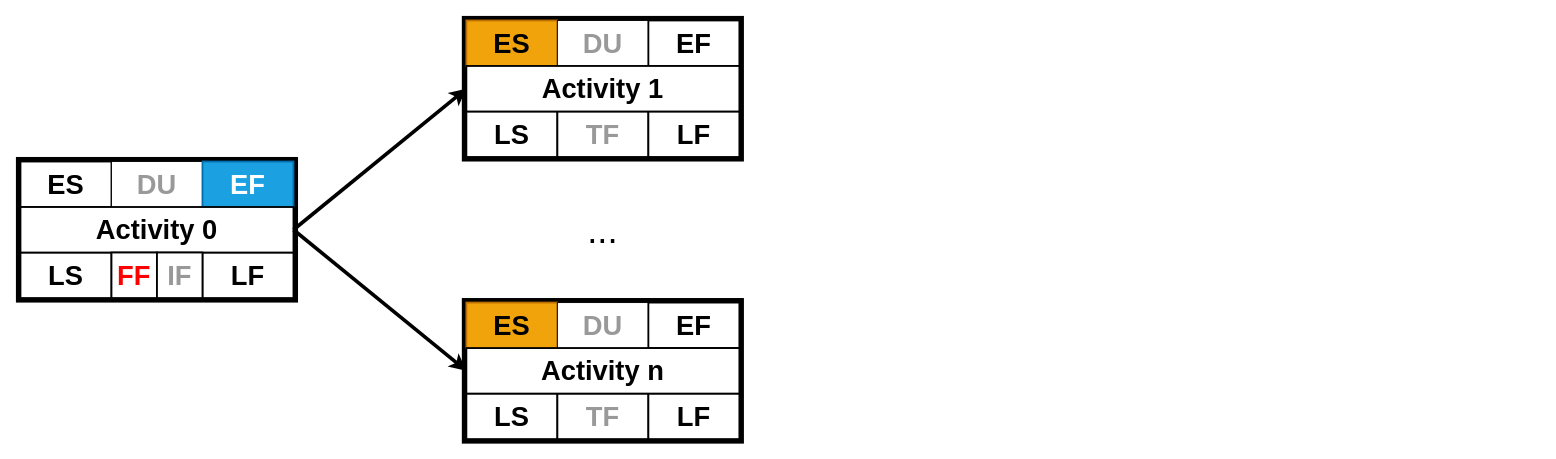
This is page "3" (3 of 4) of img/draw.io/cpm.drawio from shixiaobang/sp-and-spm, a draw.io file, before an edit. Source tidied: cells renumbered, new cells numbered last; positions are measured from the earlier drawing's top-left corner, leaving out a move shared by most shapes. Both pictures are drawn from the tidied source at 91%, with x=0, y=0 at pixel (20, 20).
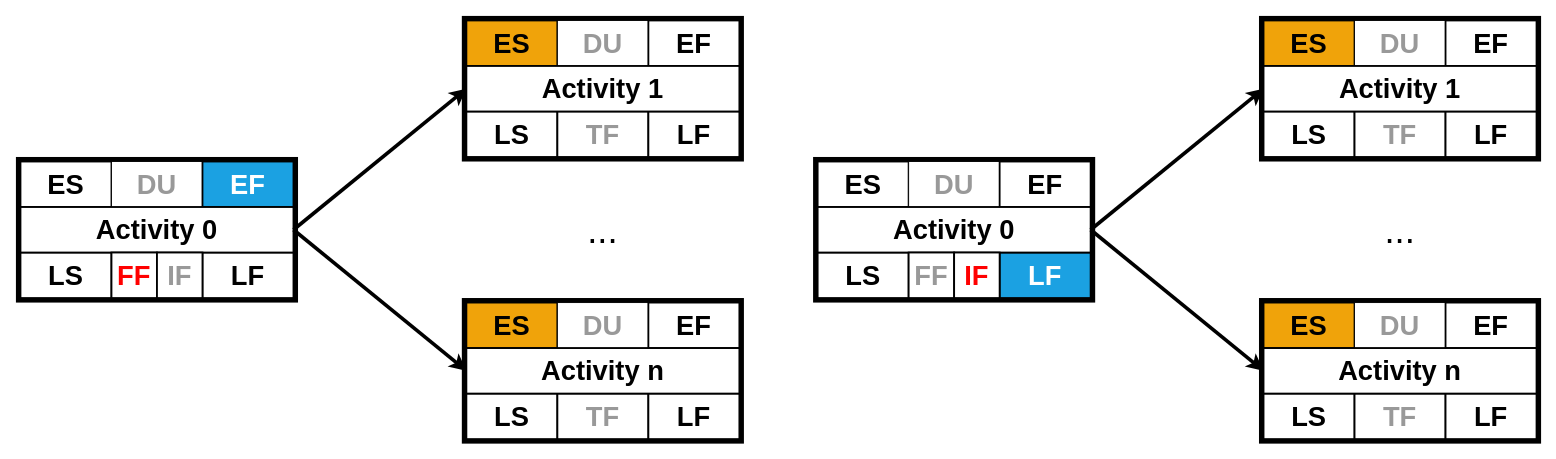
Above is the later version.

Unchanged cells that the change refers to:
```xml
<mxCell id="3" style="group;fillColor=#f0a30a;fontColor=#000000;strokeColor=#BD7000;" parent="2" vertex="1">
  <mxGeometry x="490" width="300" height="150" as="geometry" />
</mxCell>
<mxCell id="12" style="group;fillColor=default;fontColor=#ffffff;strokeColor=default;" parent="2" vertex="1">
  <mxGeometry x="490" y="310" width="300" height="150" as="geometry" />
</mxCell>
<mxCell id="21" style="group;fillColor=default;fontColor=#ffffff;strokeColor=default;" parent="2" vertex="1">
  <mxGeometry y="155" width="300" height="150" as="geometry" />
</mxCell>
<mxCell id="27" value="&lt;b&gt;&lt;font color=&quot;#000000&quot; style=&quot;font-size: 30px;&quot;&gt;LF&lt;/font&gt;&lt;/b&gt;" style="rounded=0;whiteSpace=wrap;html=1;fillColor=default;fontColor=#ffffff;strokeColor=default;strokeWidth=2;" parent="21" vertex="1">
  <mxGeometry x="200" y="100" width="100" height="50" as="geometry" />
</mxCell>
<mxCell id="28" value="&lt;b style=&quot;color: rgb(0, 0, 0);&quot;&gt;&lt;font style=&quot;font-size: 30px;&quot;&gt;Activity 0&lt;/font&gt;&lt;/b&gt;" style="rounded=0;whiteSpace=wrap;html=1;glass=0;fontSize=30;fontColor=#999999;strokeColor=default;strokeWidth=2;fillColor=#FFFFFF;gradientColor=none;" parent="21" vertex="1">
  <mxGeometry y="50" width="300" height="50" as="geometry" />
</mxCell>
```

Change to the diagram source:
```diff
@@
-    <mxCell id="5" value="&lt;font size=&quot;1&quot; style=&quot;&quot;&gt;&lt;b style=&quot;font-size: 30px;&quot;&gt;ES&lt;/b&gt;&lt;/font&gt;" style="rounded=0;whiteSpace=wrap;html=1;fillColor=#f0a30a;strokeColor=#BD7000;fontColor=#000000;strokeWidth=2;" parent="3" vertex="1">
+    <mxCell id="5" value="&lt;font size=&quot;1&quot; style=&quot;&quot;&gt;&lt;b style=&quot;font-size: 30px;&quot;&gt;ES&lt;/b&gt;&lt;/font&gt;" style="rounded=0;whiteSpace=wrap;html=1;fillColor=#f0a30a;strokeColor=default;fontColor=#000000;strokeWidth=2;" parent="3" vertex="1">
       <mxGeometry width="100" height="50" as="geometry" />
     </mxCell>
@@
-    <mxCell id="14" value="&lt;font size=&quot;1&quot; style=&quot;&quot;&gt;&lt;b style=&quot;font-size: 30px;&quot;&gt;ES&lt;/b&gt;&lt;/font&gt;" style="rounded=0;whiteSpace=wrap;html=1;fillColor=#f0a30a;strokeColor=#BD7000;fontColor=#000000;strokeWidth=2;" parent="12" vertex="1">
+    <mxCell id="14" value="&lt;font size=&quot;1&quot; style=&quot;&quot;&gt;&lt;b style=&quot;font-size: 30px;&quot;&gt;ES&lt;/b&gt;&lt;/font&gt;" style="rounded=0;whiteSpace=wrap;html=1;fillColor=#f0a30a;strokeColor=default;fontColor=#000000;strokeWidth=2;" parent="12" vertex="1">
       <mxGeometry width="100" height="50" as="geometry" />
     </mxCell>
@@
-    <mxCell id="25" value="&lt;font size=&quot;1&quot; style=&quot;&quot;&gt;&lt;b style=&quot;font-size: 30px;&quot;&gt;EF&lt;/b&gt;&lt;/font&gt;" style="rounded=0;whiteSpace=wrap;html=1;fillColor=#1ba1e2;fontColor=#ffffff;strokeColor=#006EAF;strokeWidth=2;" parent="21" vertex="1">
+    <mxCell id="25" value="&lt;font size=&quot;1&quot; style=&quot;&quot;&gt;&lt;b style=&quot;font-size: 30px;&quot;&gt;EF&lt;/b&gt;&lt;/font&gt;" style="rounded=0;whiteSpace=wrap;html=1;fillColor=#1ba1e2;fontColor=#ffffff;strokeColor=default;strokeWidth=2;" parent="21" vertex="1">
       <mxGeometry x="200" width="100" height="50" as="geometry" />
     </mxCell>
@@
+    <mxCell id="34" style="edgeStyle=orthogonalEdgeStyle;rounded=0;jettySize=auto;html=1;" parent="21" edge="1" source="27" target="28">
+      <mxGeometry relative="1" as="geometry" />
+    </mxCell>
@@
+    <mxCell id="35" style="group;" parent="1" vertex="1">
+      <mxGeometry x="876" width="790" height="460" as="geometry" />
+    </mxCell>
+    <mxCell id="36" style="group;fillColor=#f0a30a;fontColor=#000000;strokeColor=default;" parent="35" vertex="1">
+      <mxGeometry x="490" width="300" height="150" as="geometry" />
+    </mxCell>
+    <mxCell id="37" style="rounded=0;whiteSpace=wrap;html=1;fillColor=default;strokeWidth=10;" parent="36" vertex="1">
+      <mxGeometry width="300" height="150" as="geometry" />
+    </mxCell>
+    <mxCell id="38" value="&lt;font size=&quot;1&quot; style=&quot;&quot;&gt;&lt;b style=&quot;font-size: 30px;&quot;&gt;ES&lt;/b&gt;&lt;/font&gt;" style="rounded=0;whiteSpace=wrap;html=1;fillColor=#f0a30a;strokeColor=default;fontColor=#000000;strokeWidth=2;" parent="36" vertex="1">
+      <mxGeometry width="100" height="50" as="geometry" />
+    </mxCell>
+    <mxCell id="39" value="&lt;font size=&quot;1&quot; color=&quot;#999999&quot; style=&quot;&quot;&gt;&lt;b style=&quot;font-size: 30px;&quot;&gt;DU&lt;/b&gt;&lt;/font&gt;" style="rounded=0;whiteSpace=wrap;html=1;fillColor=default;" parent="36" vertex="1">
+      <mxGeometry x="100" width="100" height="50" as="geometry" />
+    </mxCell>
+    <mxCell id="40" value="&lt;font color=&quot;#000000&quot; size=&quot;1&quot; style=&quot;&quot;&gt;&lt;b style=&quot;font-size: 30px;&quot;&gt;EF&lt;/b&gt;&lt;/font&gt;" style="rounded=0;whiteSpace=wrap;html=1;fillColor=default;fontColor=#000000;strokeColor=default;strokeWidth=2;" parent="36" vertex="1">
+      <mxGeometry x="200" width="100" height="50" as="geometry" />
+    </mxCell>
+    <mxCell id="41" value="&lt;font size=&quot;1&quot; style=&quot;&quot;&gt;&lt;b style=&quot;font-size: 30px;&quot;&gt;LS&lt;/b&gt;&lt;/font&gt;" style="rounded=0;whiteSpace=wrap;html=1;fillColor=default;fontColor=#000000;strokeColor=default;strokeWidth=2;" parent="36" vertex="1">
+      <mxGeometry y="100" width="100" height="50" as="geometry" />
+    </mxCell>
+    <mxCell id="42" value="&lt;font size=&quot;1&quot; color=&quot;#999999&quot; style=&quot;&quot;&gt;&lt;b style=&quot;font-size: 30px;&quot;&gt;TF&lt;/b&gt;&lt;/font&gt;" style="rounded=0;whiteSpace=wrap;html=1;fillColor=default;strokeColor=#000000;strokeWidth=2;" parent="36" vertex="1">
+      <mxGeometry x="100" y="100" width="100" height="50" as="geometry" />
+    </mxCell>
+    <mxCell id="43" value="&lt;b&gt;&lt;font color=&quot;#000000&quot; style=&quot;font-size: 30px;&quot;&gt;LF&lt;/font&gt;&lt;/b&gt;" style="rounded=0;whiteSpace=wrap;html=1;fillColor=default;fontColor=#ffffff;strokeColor=default;strokeWidth=2;" parent="36" vertex="1">
+      <mxGeometry x="200" y="100" width="100" height="50" as="geometry" />
+    </mxCell>
+    <mxCell id="44" value="&lt;b style=&quot;color: rgb(0, 0, 0);&quot;&gt;&lt;font style=&quot;font-size: 30px;&quot;&gt;Activity 1&lt;/font&gt;&lt;/b&gt;" style="rounded=0;whiteSpace=wrap;html=1;glass=0;fontSize=30;fontColor=#999999;strokeColor=default;strokeWidth=2;fillColor=#FFFFFF;gradientColor=none;" parent="36" vertex="1">
+      <mxGeometry y="50" width="300" height="50" as="geometry" />
+    </mxCell>
+    <mxCell id="45" style="group;fillColor=default;fontColor=#ffffff;strokeColor=default;" parent="35" vertex="1">
+      <mxGeometry x="490" y="310" width="300" height="150" as="geometry" />
+    </mxCell>
+    <mxCell id="46" style="rounded=0;whiteSpace=wrap;html=1;fillColor=none;strokeWidth=10;" parent="45" vertex="1">
+      <mxGeometry width="300" height="150" as="geometry" />
+    </mxCell>
+    <mxCell id="47" value="&lt;font size=&quot;1&quot; style=&quot;&quot;&gt;&lt;b style=&quot;font-size: 30px;&quot;&gt;ES&lt;/b&gt;&lt;/font&gt;" style="rounded=0;whiteSpace=wrap;html=1;fillColor=#f0a30a;strokeColor=default;fontColor=#000000;strokeWidth=2;" parent="45" vertex="1">
+      <mxGeometry width="100" height="50" as="geometry" />
+    </mxCell>
+    <mxCell id="48" value="&lt;font size=&quot;1&quot; color=&quot;#999999&quot; style=&quot;&quot;&gt;&lt;b style=&quot;font-size: 30px;&quot;&gt;DU&lt;/b&gt;&lt;/font&gt;" style="rounded=0;whiteSpace=wrap;html=1;fillColor=default;" parent="45" vertex="1">
+      <mxGeometry x="100" width="100" height="50" as="geometry" />
+    </mxCell>
+    <mxCell id="49" value="&lt;font color=&quot;#000000&quot; size=&quot;1&quot; style=&quot;&quot;&gt;&lt;b style=&quot;font-size: 30px;&quot;&gt;EF&lt;/b&gt;&lt;/font&gt;" style="rounded=0;whiteSpace=wrap;html=1;fillColor=default;fontColor=#000000;strokeColor=default;strokeWidth=2;" parent="45" vertex="1">
+      <mxGeometry x="200" width="100" height="50" as="geometry" />
+    </mxCell>
+    <mxCell id="50" value="&lt;font size=&quot;1&quot; style=&quot;&quot;&gt;&lt;b style=&quot;font-size: 30px;&quot;&gt;LS&lt;/b&gt;&lt;/font&gt;" style="rounded=0;whiteSpace=wrap;html=1;fillColor=default;fontColor=#000000;strokeColor=default;strokeWidth=2;" parent="45" vertex="1">
+      <mxGeometry y="100" width="100" height="50" as="geometry" />
+    </mxCell>
+    <mxCell id="51" value="&lt;font size=&quot;1&quot; color=&quot;#999999&quot; style=&quot;&quot;&gt;&lt;b style=&quot;font-size: 30px;&quot;&gt;TF&lt;/b&gt;&lt;/font&gt;" style="rounded=0;whiteSpace=wrap;html=1;fillColor=default;strokeColor=#000000;strokeWidth=2;" parent="45" vertex="1">
+      <mxGeometry x="100" y="100" width="100" height="50" as="geometry" />
+    </mxCell>
+    <mxCell id="52" value="&lt;b&gt;&lt;font color=&quot;#000000&quot; style=&quot;font-size: 30px;&quot;&gt;LF&lt;/font&gt;&lt;/b&gt;" style="rounded=0;whiteSpace=wrap;html=1;fillColor=default;fontColor=#ffffff;strokeColor=default;strokeWidth=2;" parent="45" vertex="1">
+      <mxGeometry x="200" y="100" width="100" height="50" as="geometry" />
+    </mxCell>
+    <mxCell id="53" value="&lt;b style=&quot;color: rgb(0, 0, 0);&quot;&gt;&lt;font style=&quot;font-size: 30px;&quot;&gt;Activity n&lt;/font&gt;&lt;/b&gt;" style="rounded=0;whiteSpace=wrap;html=1;glass=0;fontSize=30;fontColor=#999999;strokeColor=default;strokeWidth=2;fillColor=#FFFFFF;gradientColor=none;" parent="45" vertex="1">
+      <mxGeometry y="50" width="300" height="50" as="geometry" />
+    </mxCell>
+    <mxCell id="54" style="group;fillColor=#1ba1e2;fontColor=#ffffff;strokeColor=#006EAF;" parent="35" vertex="1">
+      <mxGeometry y="155" width="300" height="150" as="geometry" />
+    </mxCell>
+    <mxCell id="55" style="rounded=0;whiteSpace=wrap;html=1;fillColor=default;strokeWidth=10;" parent="54" vertex="1">
+      <mxGeometry width="300" height="150" as="geometry" />
+    </mxCell>
+    <mxCell id="56" value="&lt;font size=&quot;1&quot; style=&quot;&quot;&gt;&lt;b style=&quot;font-size: 30px;&quot;&gt;ES&lt;/b&gt;&lt;/font&gt;" style="rounded=0;whiteSpace=wrap;html=1;fillColor=default;strokeColor=default;fontColor=#000000;strokeWidth=2;" parent="54" vertex="1">
+      <mxGeometry width="100" height="50" as="geometry" />
+    </mxCell>
+    <mxCell id="57" value="&lt;font size=&quot;1&quot; color=&quot;#999999&quot; style=&quot;&quot;&gt;&lt;b style=&quot;font-size: 30px;&quot;&gt;DU&lt;/b&gt;&lt;/font&gt;" style="rounded=0;whiteSpace=wrap;html=1;fillColor=default;" parent="54" vertex="1">
+      <mxGeometry x="100" width="100" height="50" as="geometry" />
+    </mxCell>
+    <mxCell id="58" value="&lt;font color=&quot;#000000&quot; size=&quot;1&quot; style=&quot;&quot;&gt;&lt;b style=&quot;font-size: 30px;&quot;&gt;EF&lt;/b&gt;&lt;/font&gt;" style="rounded=0;whiteSpace=wrap;html=1;fillColor=default;fontColor=#ffffff;strokeColor=default;strokeWidth=2;" parent="54" vertex="1">
+      <mxGeometry x="200" width="100" height="50" as="geometry" />
+    </mxCell>
+    <mxCell id="59" value="&lt;font size=&quot;1&quot; style=&quot;&quot;&gt;&lt;b style=&quot;font-size: 30px;&quot;&gt;LS&lt;/b&gt;&lt;/font&gt;" style="rounded=0;whiteSpace=wrap;html=1;fillColor=default;fontColor=#000000;strokeColor=default;strokeWidth=2;" parent="54" vertex="1">
+      <mxGeometry y="100" width="100" height="50" as="geometry" />
+    </mxCell>
+    <mxCell id="60" value="&lt;b&gt;&lt;font style=&quot;font-size: 30px;&quot;&gt;LF&lt;/font&gt;&lt;/b&gt;" style="rounded=0;whiteSpace=wrap;html=1;fillColor=#1ba1e2;fontColor=#ffffff;strokeColor=default;strokeWidth=2;" parent="54" vertex="1">
+      <mxGeometry x="200" y="100" width="100" height="50" as="geometry" />
+    </mxCell>
+    <mxCell id="61" value="&lt;b style=&quot;color: rgb(0, 0, 0);&quot;&gt;&lt;font style=&quot;font-size: 30px;&quot;&gt;Activity 0&lt;/font&gt;&lt;/b&gt;" style="rounded=0;whiteSpace=wrap;html=1;glass=0;fontSize=30;fontColor=#999999;strokeColor=default;strokeWidth=2;fillColor=#FFFFFF;gradientColor=none;" parent="54" vertex="1">
+      <mxGeometry y="50" width="300" height="50" as="geometry" />
+    </mxCell>
+    <mxCell id="62" value="&lt;font color=&quot;#999999&quot;&gt;&lt;span style=&quot;font-size: 30px;&quot;&gt;&lt;b&gt;FF&lt;/b&gt;&lt;/span&gt;&lt;/font&gt;" style="rounded=0;whiteSpace=wrap;html=1;fillColor=default;strokeColor=#000000;strokeWidth=2;" parent="54" vertex="1">
+      <mxGeometry x="100" y="100" width="50" height="50" as="geometry" />
+    </mxCell>
+    <mxCell id="63" value="&lt;font color=&quot;#ff0000&quot; size=&quot;1&quot; style=&quot;&quot;&gt;&lt;b style=&quot;font-size: 30px;&quot;&gt;IF&lt;/b&gt;&lt;/font&gt;" style="rounded=0;whiteSpace=wrap;html=1;fillColor=default;strokeColor=#000000;strokeWidth=2;" parent="54" vertex="1">
+      <mxGeometry x="150" y="100" width="50" height="50" as="geometry" />
+    </mxCell>
+    <mxCell id="64" value="&lt;font style=&quot;font-size: 40px;&quot; color=&quot;#000000&quot;&gt;...&lt;/font&gt;" style="text;html=1;strokeColor=none;fillColor=none;align=center;verticalAlign=middle;whiteSpace=wrap;rounded=0;glass=0;labelBackgroundColor=none;fontSize=30;fontColor=#FFFFFF;" parent="35" vertex="1">
+      <mxGeometry x="610" y="214.5" width="60" height="30" as="geometry" />
+    </mxCell>
+    <mxCell id="65" style="endArrow=classic;html=1;rounded=0;fontSize=30;fontColor=#000000;entryX=0;entryY=0.5;entryDx=0;entryDy=0;exitX=1;exitY=0.5;exitDx=0;exitDy=0;strokeWidth=4;" parent="35" edge="1" source="55" target="37">
+      <mxGeometry relative="1" as="geometry" />
+    </mxCell>
+    <mxCell id="66" style="endArrow=classic;html=1;rounded=0;fontSize=30;fontColor=#000000;entryX=0;entryY=0.5;entryDx=0;entryDy=0;exitX=1;exitY=0.5;exitDx=0;exitDy=0;strokeWidth=4;" parent="35" edge="1" source="55" target="46">
+      <mxGeometry relative="1" as="geometry" />
+    </mxCell>
```
